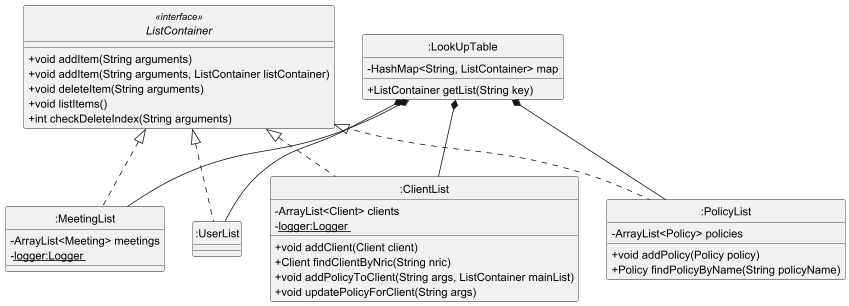
Before: docs/umldiagrams/lookuptable.png, a diagram exported from PlantUML (ZT712002/tp).
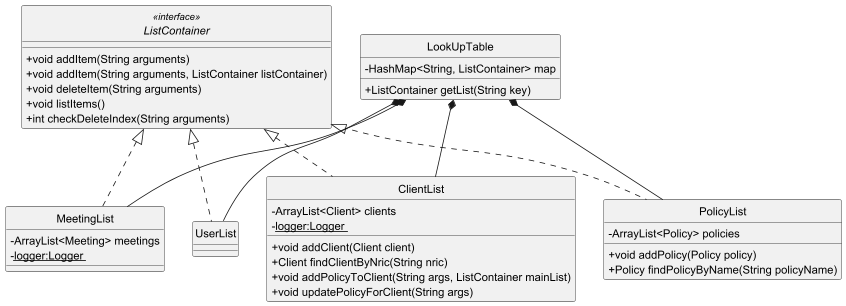
Later version of the same file.

Commit message:
Add changes to class diagrams

What changed in the source:
```diff
@@ -14,7 +14,7 @@
   + int checkDeleteIndex(String arguments)
 }
 
-class :ClientList implements ListContainer {
+class ClientList implements ListContainer {
   - ArrayList<Client> clients
   - <u>logger:Logger </u>
   + void addClient(Client client)
@@ -23,28 +23,28 @@
   + void updatePolicyForClient(String args)
 }
 
-class :PolicyList implements ListContainer {
+class PolicyList implements ListContainer {
   - ArrayList<Policy> policies
   + void addPolicy(Policy policy)
   + Policy findPolicyByName(String policyName)
 }
 
-class :MeetingList implements ListContainer {
+class MeetingList implements ListContainer {
   - ArrayList<Meeting> meetings
   - <u>logger:Logger </u>
 }
 
-class :UserList implements ListContainer {
+class UserList implements ListContainer {
 
 }
 
-class :LookUpTable {
+class LookUpTable {
   - HashMap<String, ListContainer> map
   + ListContainer getList(String key)
 }
 
-":LookUpTable" *-- ":MeetingList"
-":LookUpTable" *-- ":UserList"
-":LookUpTable" *-- ":ClientList"
-":LookUpTable" *-- ":PolicyList"
+LookUpTable *-- MeetingList
+LookUpTable *-- UserList
+LookUpTable *-- ClientList
+LookUpTable *-- PolicyList
 @enduml
```
